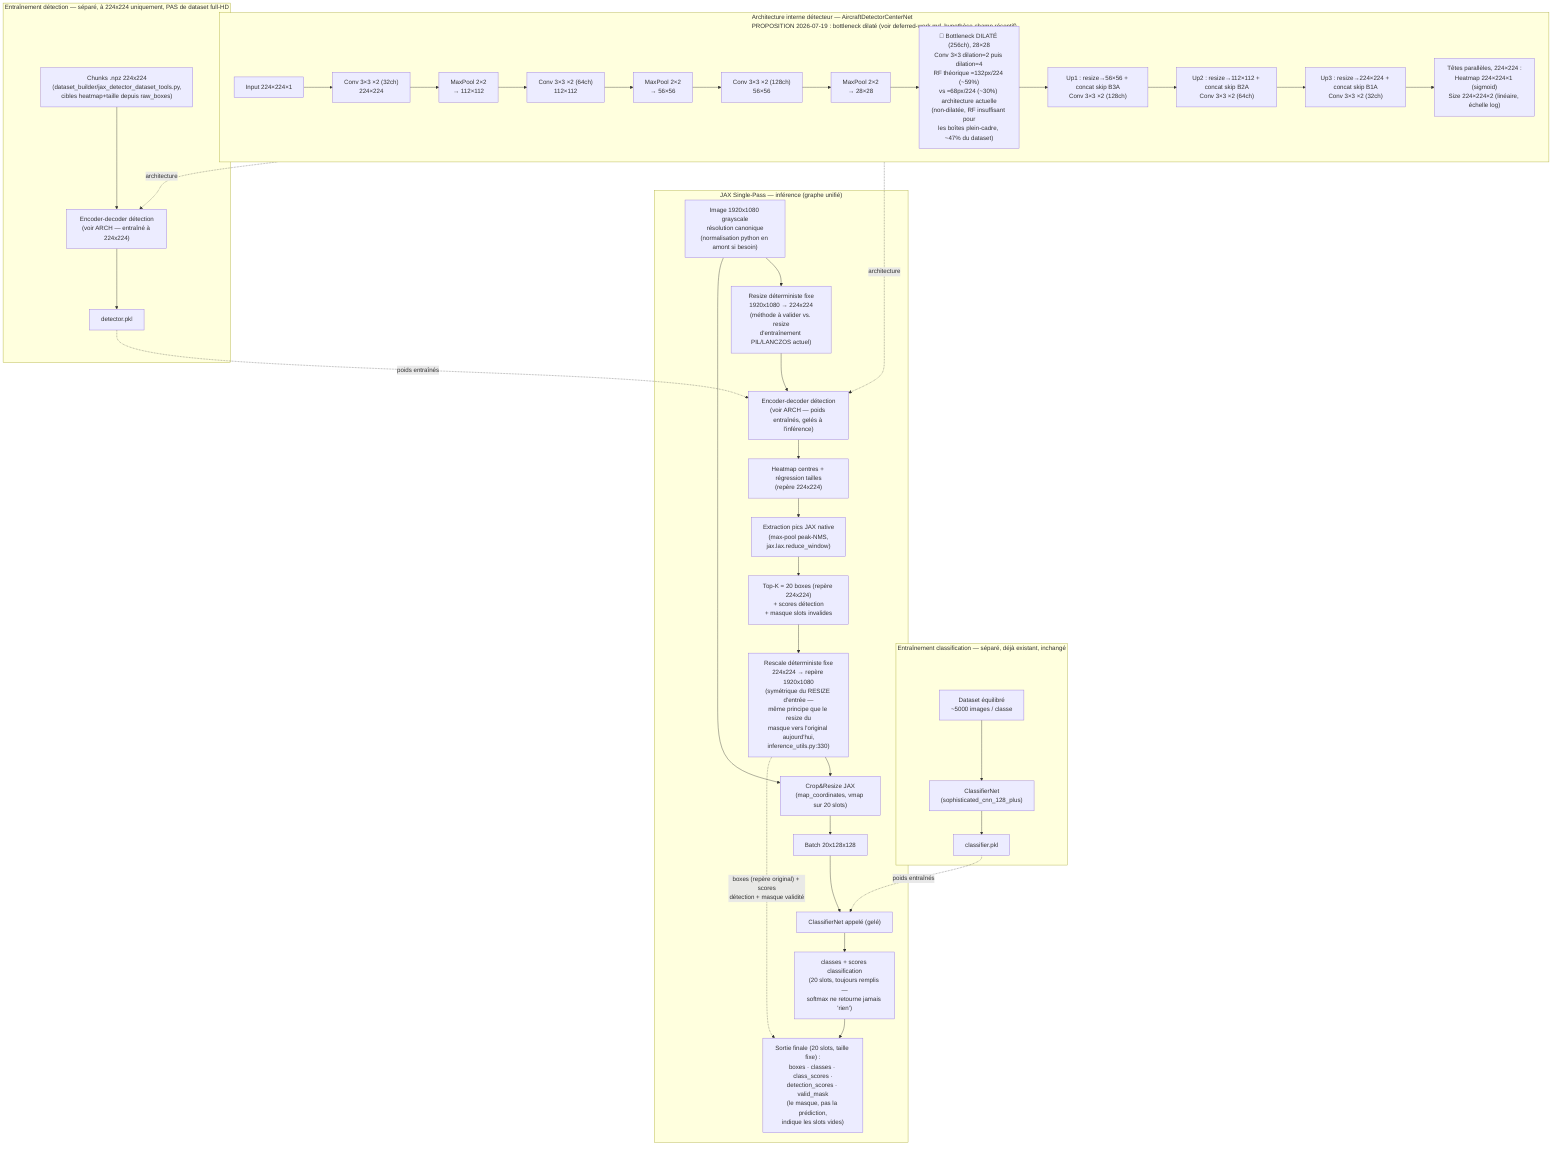
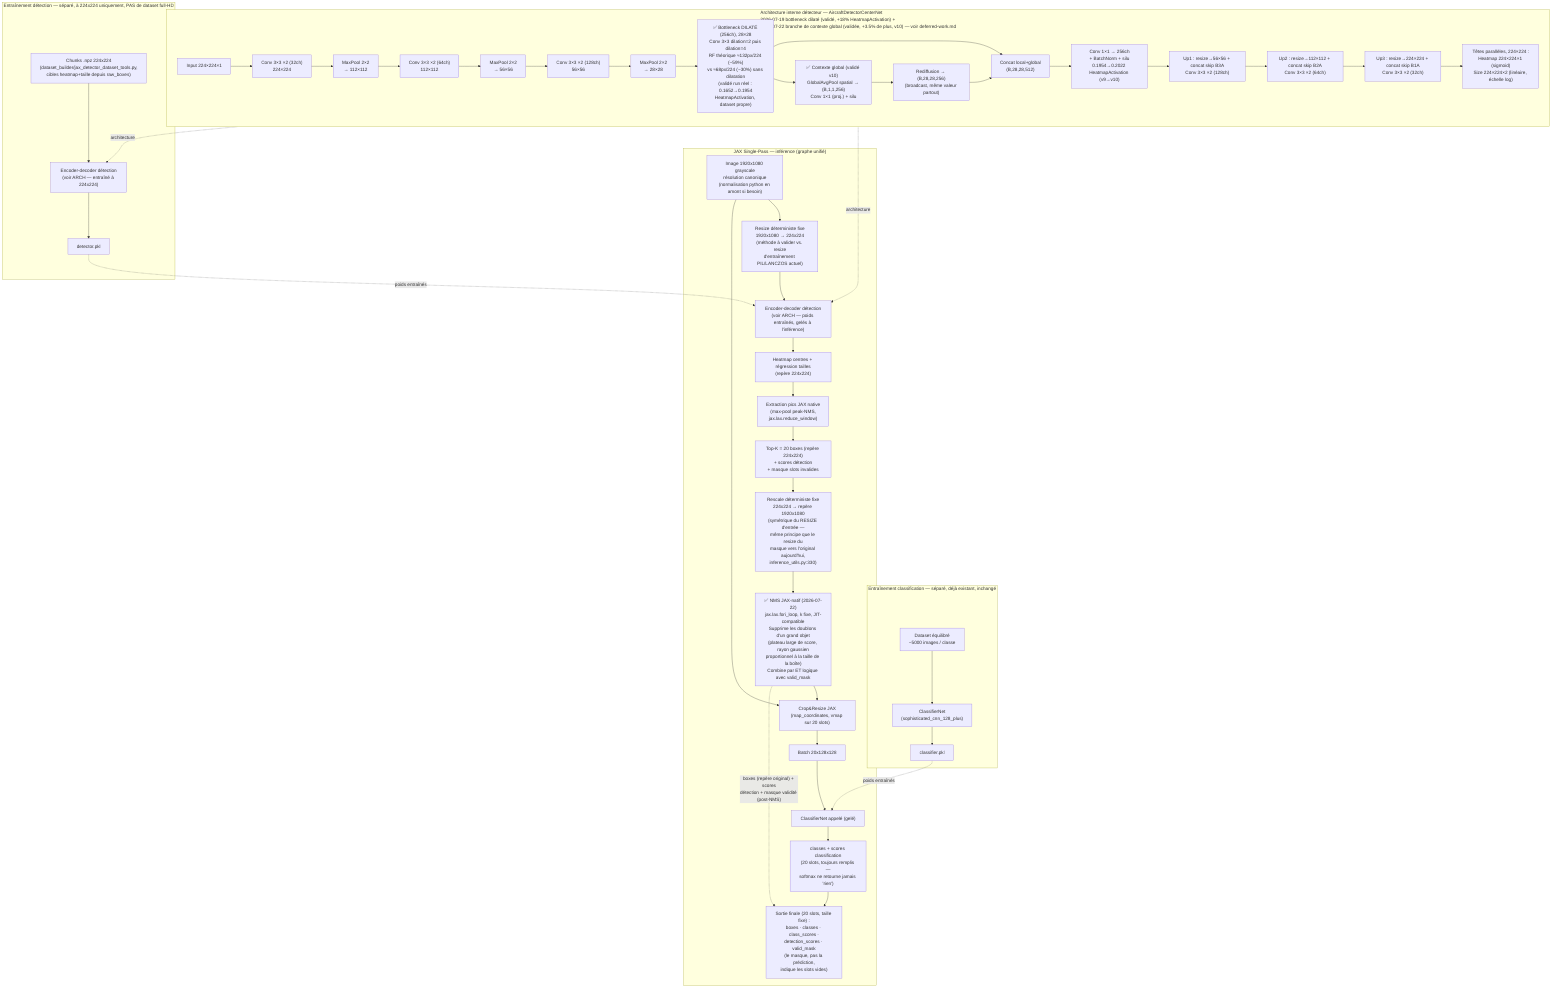
flowchart TB
    subgraph TRAIN["Entraînement classification — séparé, déjà existant, inchangé"]
        DS["Dataset équilibré<br/>~5000 images / classe"]
        DS --> CLF["ClassifierNet<br/>(sophisticated_cnn_128_plus)"]
        CLF --> PKL["classifier.pkl"]
    end

-     subgraph ARCH["Architecture interne détecteur — AircraftDetectorCenterNet<br/>PROPOSITION 2026-07-19 : bottleneck dilaté (voir deferred-work.md, hypothèse champ réceptif)"]
+     subgraph ARCH["Architecture interne détecteur — AircraftDetectorCenterNet<br/>2026-07-19 bottleneck dilaté (validé, +18% HeatmapActivation) +<br/>2026-07-22 branche de contexte global (validée, +3.5% de plus, v10) — voir deferred-work.md"]
        A0["Input 224×224×1"]
        A0 --> B1A["Conv 3×3 ×2 (32ch)<br/>224×224"]
        B1A --> B1P["MaxPool 2×2<br/>→ 112×112"]
        B1P --> B2A["Conv 3×3 ×2 (64ch)<br/>112×112"]
        B2A --> B2P["MaxPool 2×2<br/>→ 56×56"]
        B2P --> B3A["Conv 3×3 ×2 (128ch)<br/>56×56"]
        B3A --> B3P["MaxPool 2×2<br/>→ 28×28"]
-         B3P --> BOT["🔴 Bottleneck DILATÉ (256ch), 28×28<br/>Conv 3×3 dilation=2 puis dilation=4<br/>RF théorique ≈132px/224 (~59%)<br/>vs ≈68px/224 (~30%) architecture actuelle<br/>(non-dilatée, RF insuffisant pour<br/>les boîtes plein-cadre, ~47% du dataset)"]
-         BOT --> U1["Up1 : resize→56×56 + concat skip B3A<br/>Conv 3×3 ×2 (128ch)"]
+         B3P --> BOT["✅ Bottleneck DILATÉ (256ch), 28×28<br/>Conv 3×3 dilation=2 puis dilation=4<br/>RF théorique ≈132px/224 (~59%)<br/>vs ≈68px/224 (~30%) sans dilatation<br/>(validé run réel : 0.1652→0.1954<br/>HeatmapActivation, dataset propre)"]
+         BOT --> GAP["✅ Contexte global (validé v10)<br/>GlobalAvgPool spatial → (B,1,1,256)<br/>Conv 1×1 (proj.) + silu"]
+         GAP --> BCAST["Rediffusion → (B,28,28,256)<br/>(broadcast, même valeur partout)"]
+         BOT --> CONCAT["Concat local+global<br/>(B,28,28,512)"]
+         BCAST --> CONCAT
+         CONCAT --> PROJ["Conv 1×1 → 256ch<br/>+ BatchNorm + silu<br/>0.1954→0.2022 HeatmapActivation (v9→v10)"]
+         PROJ --> U1["Up1 : resize→56×56 + concat skip B3A<br/>Conv 3×3 ×2 (128ch)"]
        U1 --> U2["Up2 : resize→112×112 + concat skip B2A<br/>Conv 3×3 ×2 (64ch)"]
        U2 --> U3["Up3 : resize→224×224 + concat skip B1A<br/>Conv 3×3 ×2 (32ch)"]
        U3 --> HEADS["Têtes parallèles, 224×224 :<br/>Heatmap 224×224×1 (sigmoid)<br/>Size 224×224×2 (linéaire, échelle log)"]
    end

    subgraph DETTRAIN["Entraînement détection — séparé, à 224x224 uniquement, PAS de dataset full-HD"]
        DSD["Chunks .npz 224x224<br/>(dataset_builder/jax_detector_dataset_tools.py,<br/>cibles heatmap+taille depuis raw_boxes)"]
        DSD --> ENCTRAIN["Encoder-decoder détection<br/>(voir ARCH — entraîné à 224x224)"]
        ENCTRAIN --> DETPKL["detector.pkl"]
    end

    ARCH -.architecture.-> ENCTRAIN

    subgraph DETECT["JAX Single-Pass — inférence (graphe unifié)"]
        IMG["Image 1920x1080 grayscale<br/>résolution canonique<br/>(normalisation python en amont si besoin)"]
        IMG --> RESIZE["Resize déterministe fixe<br/>1920x1080 → 224x224<br/>(méthode à valider vs. resize<br/>d'entraînement PIL/LANCZOS actuel)"]
        RESIZE --> ENC["Encoder-decoder détection<br/>(voir ARCH — poids entraînés, gelés à l'inférence)"]
        DETPKL -.poids entraînés.-> ENC
        ENC --> HM["Heatmap centres + régression tailles<br/>(repère 224x224)"]
        HM --> PEAK["Extraction pics JAX native<br/>(max-pool peak-NMS,<br/>jax.lax.reduce_window)"]
        PEAK --> TOPK["Top-K = 20 boxes (repère 224x224)<br/>+ scores détection<br/>+ masque slots invalides"]
        TOPK --> RESCALE["Rescale déterministe fixe<br/>224x224 → repère 1920x1080<br/>(symétrique du RESIZE d'entrée —<br/>même principe que le resize du<br/>masque vers l'original aujourd'hui,<br/>inference_utils.py:330)"]
+         RESCALE --> NMS["✅ NMS JAX-natif (2026-07-22)<br/>jax.lax.fori_loop, k fixe, JIT-compatible<br/>Supprime les doublons d'un grand objet<br/>(plateau large de score, rayon gaussien<br/>proportionnel à la taille de la boîte)<br/>Combine par ET logique avec valid_mask"]
        IMG --> CROP["Crop&Resize JAX<br/>(map_coordinates, vmap sur 20 slots)"]
-         RESCALE --> CROP
+         NMS --> CROP
        CROP --> BATCH["Batch 20x128x128"]
        BATCH --> CLFCALL["ClassifierNet appelé (gelé)"]
        PKL -.poids entraînés.-> CLFCALL
        CLFCALL --> CLSOUT["classes + scores classification<br/>(20 slots, toujours remplis —<br/>softmax ne retourne jamais 'rien')"]
-         RESCALE -."boxes (repère original) + scores<br/>détection + masque validité".-> OUT
+         NMS -."boxes (repère original) + scores<br/>détection + masque validité (post-NMS)".-> OUT
        CLSOUT --> OUT["Sortie finale (20 slots, taille fixe) :<br/>boxes · classes · class_scores ·<br/>detection_scores · valid_mask<br/>(le masque, pas la prédiction,<br/>indique les slots vides)"]
    end

    ARCH -.architecture.-> ENC
